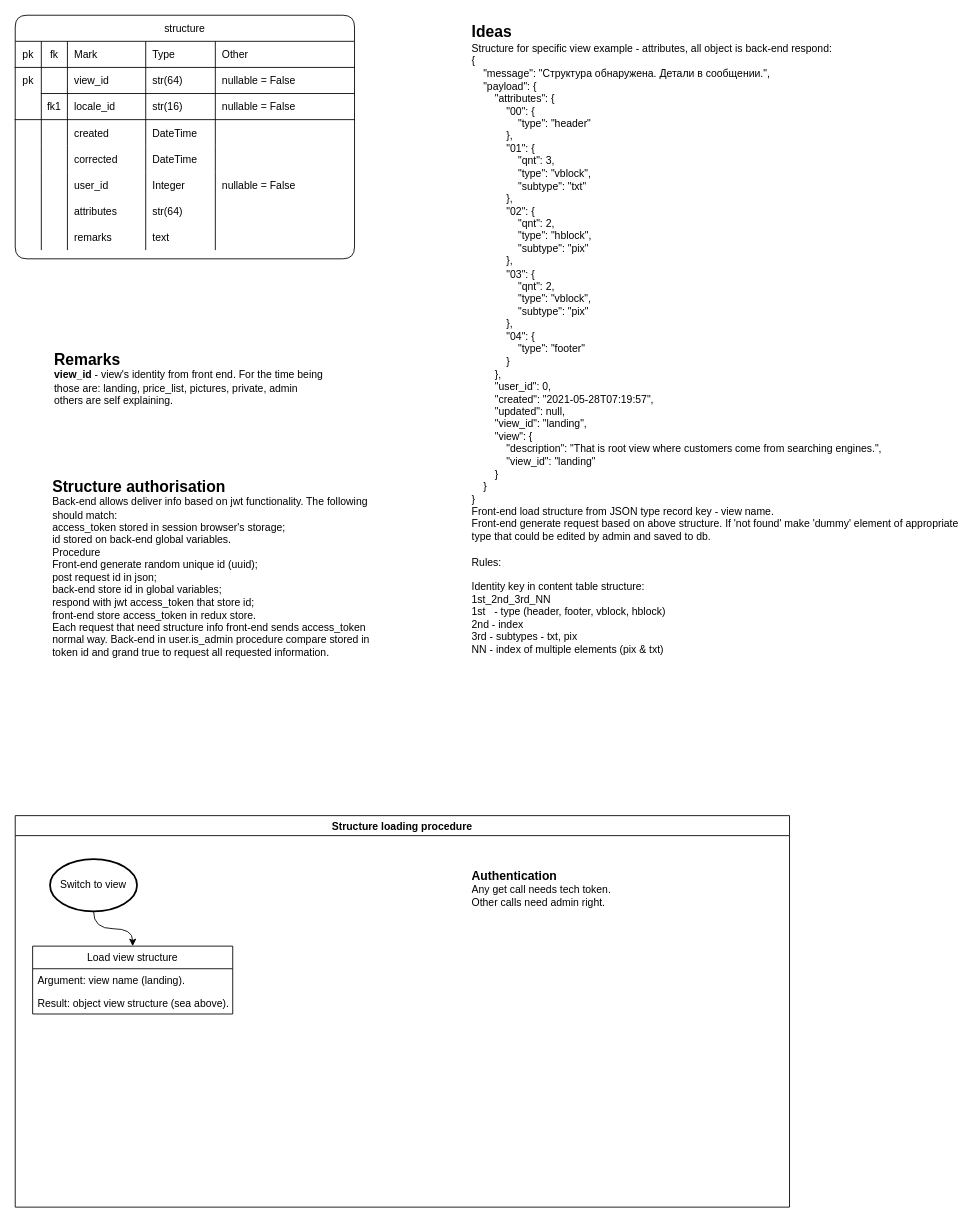
Before: page "structure table and procedure" (5 of 11) of market-coffee.drawio in Sergey190309/220415-market-caffee, a draw.io diagram. Source tidied: cells renumbered, new cells numbered last; positions are measured from the earlier drawing's top-left corner, leaving out a move shared by most shapes. Both pictures are drawn from the tidied source at 87%, with x=0, y=0 at pixel (15, 15).
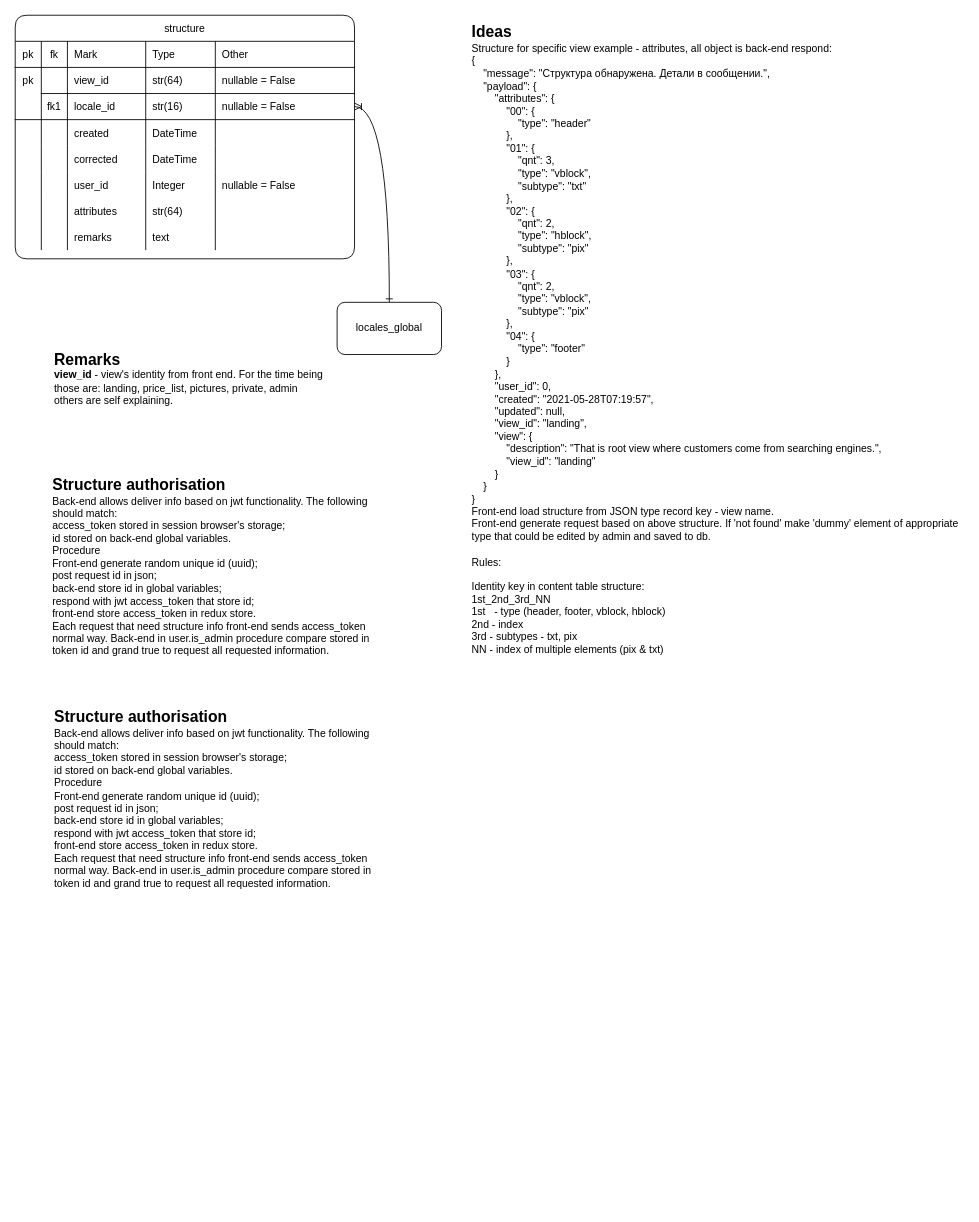
The same diagram, later.

The change refers to these unchanged cells:
```xml
<mxCell id="15" style="shape=partialRectangle;fillColor=none;top=0;left=0;bottom=1;right=0;points=[[0,0.5],[1,0.5]];portConstraint=eastwest;fontStyle=5;rounded=1;" parent="2" vertex="1">
  <mxGeometry y="90" width="390" height="30" as="geometry" />
</mxCell>
```

Diff of the diagram source:
```diff
@@
-    <mxCell id="51" value="Structure loading procedure" style="swimlane;" parent="1" vertex="1">
-      <mxGeometry y="920" width="890" height="450" as="geometry" />
-    </mxCell>
-    <mxCell id="52" value="Switch to view" style="strokeWidth=2;html=1;shape=mxgraph.flowchart.start_1;whiteSpace=wrap;" parent="51" vertex="1">
-      <mxGeometry x="40" y="50" width="100" height="60" as="geometry" />
-    </mxCell>
-    <mxCell id="53" value="Load view structure" style="swimlane;fontStyle=0;horizontal=1;startSize=26;fillColor=none;" parent="51" vertex="1">
-      <mxGeometry x="20" y="150" width="230" height="78" as="geometry" />
-    </mxCell>
-    <mxCell id="54" value="Argument: view name (landing)." style="text;strokeColor=none;fillColor=none;align=left;verticalAlign=top;spacingLeft=4;spacingRight=4;overflow=hidden;" parent="53" vertex="1">
-      <mxGeometry y="26" width="230" height="26" as="geometry" />
-    </mxCell>
-    <mxCell id="55" value="Result: object view structure (sea above)." style="text;strokeColor=none;fillColor=none;align=left;verticalAlign=top;spacingLeft=4;spacingRight=4;overflow=hidden;" parent="53" vertex="1">
-      <mxGeometry y="52" width="230" height="26" as="geometry" />
-    </mxCell>
-    <mxCell id="56" style="endArrow=classic;html=1;exitX=0.5;exitY=1;exitDx=0;exitDy=0;exitPerimeter=0;entryX=0.5;entryY=0;entryDx=0;entryDy=0;edgeStyle=orthogonalEdgeStyle;curved=1;" parent="51" edge="1" source="52" target="53">
-      <mxGeometry relative="1" as="geometry" />
-    </mxCell>
-    <mxCell id="57" value="&lt;p&gt;&lt;font size=&quot;1&quot;&gt;&lt;b style=&quot;font-size: 14px&quot;&gt;Authentication&lt;/b&gt;&lt;/font&gt;&lt;br&gt;&lt;font style=&quot;font-size: 12px&quot;&gt;Any get call needs tech token. Other calls need admin right.&lt;/font&gt;&lt;/p&gt;" style="text;html=1;strokeColor=none;fillColor=none;spacing=5;spacingTop=-20;whiteSpace=wrap;overflow=hidden;rounded=0;fontFamily=Helvetica;" parent="51" vertex="1">
-      <mxGeometry x="520" y="60" width="190" height="120" as="geometry" />
-    </mxCell>
@@
+    <mxCell id="63" style="edgeStyle=orthogonalEdgeStyle;rounded=0;jettySize=auto;html=1;curved=1;endArrow=ERoneToMany;endFill=0;startArrow=ERone;startFill=0;entryX=1;entryY=0.5;entryDx=0;entryDy=0;exitX=0.5;exitY=0;exitDx=0;exitDy=0;" parent="1" edge="1" source="64" target="15">
+      <mxGeometry relative="1" as="geometry" />
+    </mxCell>
+    <mxCell id="64" value="locales_global" style="rounded=1;whiteSpace=wrap;html=1;" parent="1" vertex="1">
+      <mxGeometry x="370" y="330" width="120" height="60" as="geometry" />
+    </mxCell>
@@
-    <mxCell id="62" value="&lt;font style=&quot;font-size: 18px&quot;&gt;&lt;b&gt;&lt;br&gt;Structure authorisation&amp;nbsp;&lt;/b&gt;&lt;/font&gt;&lt;br&gt;&lt;span&gt;Back-end allows deliver info based on jwt functionality. The following should match:&lt;/span&gt;&lt;br&gt;&lt;div&gt;access_token stored in session browser's storage;&lt;/div&gt;&lt;div&gt;id stored on back-end global variables.&lt;/div&gt;&lt;div&gt;Procedure&lt;/div&gt;&lt;div&gt;Front-end generate random unique id (uuid);&lt;/div&gt;&lt;div&gt;post request id in json;&lt;/div&gt;&lt;div&gt;back-end store id in global variables;&lt;/div&gt;&lt;div&gt;respond with jwt access_token that store id;&lt;/div&gt;&lt;div&gt;front-end store access_token in redux store.&lt;/div&gt;&lt;div&gt;Each request that need structure info front-end sends access_token normal way. Back-end in user.is_admin procedure compare stored in token id and grand true to request all requested information.&lt;/div&gt;&lt;div&gt;&lt;br&gt;&lt;/div&gt;" style="text;strokeColor=none;fillColor=none;spacing=5;spacingTop=-20;overflow=hidden;rounded=0;whiteSpace=wrap;html=1;" parent="60" vertex="1">
+    <mxCell id="62" value="&lt;font style=&quot;font-size: 18px&quot;&gt;&lt;b&gt;Structure authorisation&amp;nbsp;&lt;/b&gt;&lt;/font&gt;&lt;br&gt;&lt;span&gt;Back-end allows deliver info based on jwt functionality. The following should match:&lt;/span&gt;&lt;br&gt;&lt;div&gt;access_token stored in session browser's storage;&lt;/div&gt;&lt;div&gt;id stored on back-end global variables.&lt;/div&gt;&lt;div&gt;Procedure&lt;/div&gt;&lt;div&gt;Front-end generate random unique id (uuid);&lt;/div&gt;&lt;div&gt;post request id in json;&lt;/div&gt;&lt;div&gt;back-end store id in global variables;&lt;/div&gt;&lt;div&gt;respond with jwt access_token that store id;&lt;/div&gt;&lt;div&gt;front-end store access_token in redux store.&lt;/div&gt;&lt;div&gt;Each request that need structure info front-end sends access_token normal way. Back-end in user.is_admin procedure compare stored in token id and grand true to request all requested information.&lt;/div&gt;&lt;div&gt;&lt;br&gt;&lt;/div&gt;" style="text;strokeColor=none;fillColor=none;spacing=5;spacingTop=0;overflow=hidden;rounded=0;whiteSpace=wrap;html=1;" parent="60" vertex="1">
       <mxGeometry x="38" y="520" width="392" height="250" as="geometry" />
     </mxCell>
+    <mxCell id="65" value="&lt;font style=&quot;font-size: 18px&quot;&gt;&lt;b&gt;Structure authorisation&amp;nbsp;&lt;/b&gt;&lt;/font&gt;&lt;br&gt;&lt;span&gt;Back-end allows deliver info based on jwt functionality. The following should match:&lt;/span&gt;&lt;br&gt;&lt;div&gt;access_token stored in session browser's storage;&lt;/div&gt;&lt;div&gt;id stored on back-end global variables.&lt;/div&gt;&lt;div&gt;Procedure&lt;/div&gt;&lt;div&gt;Front-end generate random unique id (uuid);&lt;/div&gt;&lt;div&gt;post request id in json;&lt;/div&gt;&lt;div&gt;back-end store id in global variables;&lt;/div&gt;&lt;div&gt;respond with jwt access_token that store id;&lt;/div&gt;&lt;div&gt;front-end store access_token in redux store.&lt;/div&gt;&lt;div&gt;Each request that need structure info front-end sends access_token normal way. Back-end in user.is_admin procedure compare stored in token id and grand true to request all requested information.&lt;/div&gt;&lt;div&gt;&lt;br&gt;&lt;/div&gt;" style="text;strokeColor=none;fillColor=none;spacing=5;spacingTop=0;overflow=hidden;rounded=0;whiteSpace=wrap;html=1;" parent="60" vertex="1">
+      <mxGeometry x="40" y="787" width="392" height="250" as="geometry" />
+    </mxCell>
```
